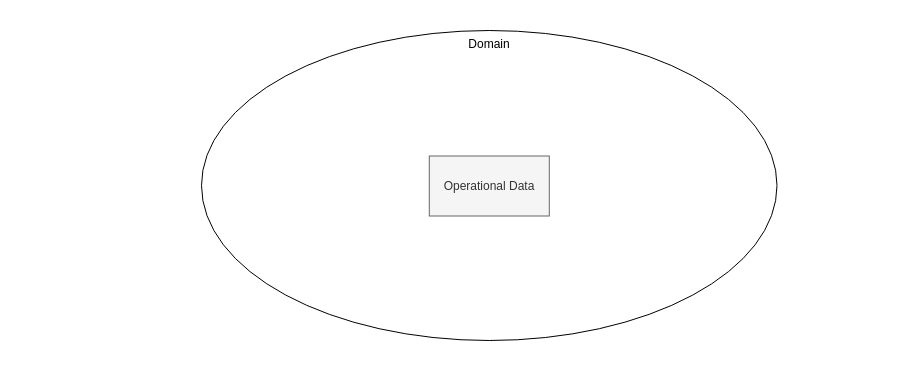
datamesh-architecture/datamesh-architecture.com keeps this draw.io diagram as diagrams/domainteamjourney_level0.drawio. Above is the earlier version. Source tidied: cells renumbered, new cells numbered last; positions are measured from the earlier drawing's top-left corner, leaving out a move shared by most shapes. Both pictures are drawn from the tidied source at 100%, with x=0, y=0 at pixel (17, 17).
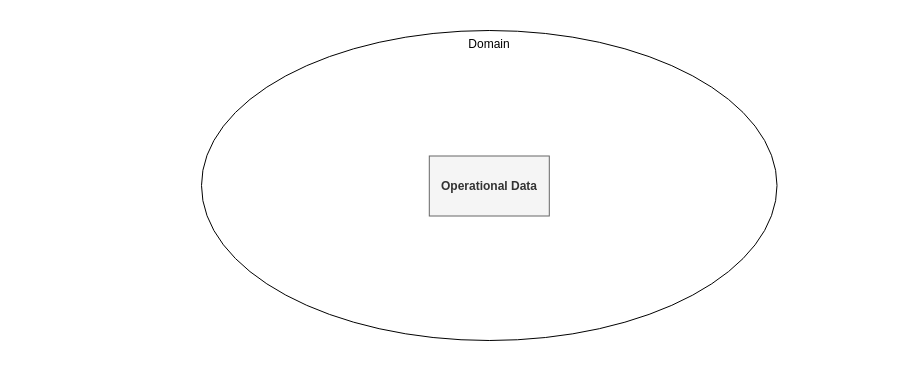
After the change.

The edit, as a diff of the source:
```diff
@@
 <mxGraphModel>
   <root>
     <mxCell id="0" />
     <mxCell id="1" parent="0" />
     <mxCell id="2" style="rounded=0;whiteSpace=wrap;html=1;fillColor=none;strokeColor=none;" parent="1" vertex="1">
       <mxGeometry width="889" height="337" as="geometry" />
     </mxCell>
     <mxCell id="3" value="Domain" style="ellipse;whiteSpace=wrap;html=1;verticalAlign=top;" parent="1" vertex="1">
       <mxGeometry x="184" y="13" width="575.5" height="310" as="geometry" />
     </mxCell>
-    <mxCell id="4" value="Operational Data" style="rounded=0;whiteSpace=wrap;html=1;fillColor=#f5f5f5;fontColor=#333333;strokeColor=#666666;" parent="1" vertex="1">
+    <mxCell id="4" value="Operational Data" style="rounded=0;whiteSpace=wrap;html=1;fillColor=#f5f5f5;fontColor=#333333;strokeColor=#666666;fontStyle=1;" parent="1" vertex="1">
       <mxGeometry x="411.8" y="138.5" width="120" height="60" as="geometry" />
     </mxCell>
   </root>
 </mxGraphModel>
```
